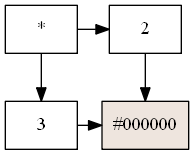
The Graphviz diagram Proyecto1/Matriz.png in Eduardo01004/EDD_2S2019_PY1_201612124, before a commit. Its source is kept beside it as Proyecto1/Matriz.dot.
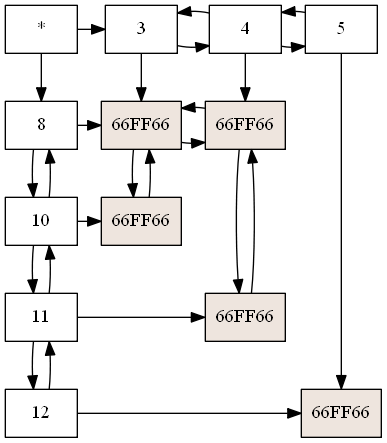
Above is the later version.

What changed in the source:
```diff
@@ -1,13 +1,46 @@
 digraph G{
 node [shape = box]
 raiz[label="*"  group=1];
-8460240 [label="3" group = 1];
-8460208 [label="2" group = 4];
-raiz -> 8460240;
-raiz -> 8460208;
-{ rank  = same; raiz 8460208; }
-8498176 [style=filled,fillcolor=seashell2,label= "#000000" group = 4 ];
-8460240->8498176;
-{ rank = same; 8460240; 8498176; }
-8460208->8498176;
+177488 [label="8" group = 1];
+177104 [label="10" group = 1];
+176912 [label="11" group = 1];
+177200 [label="12" group = 1];
+177488->177104;
+177104->177488;
+177104->176912;
+176912->177104;
+176912->177200;
+177200->176912;
+176976 [label="3" group = 5];
+177552 [label="4" group = 6];
+176848 [label="5" group = 7];
+176976->177552;
+177552->176976;
+177552->176848;
+176848->177552;
+raiz -> 177488;
+raiz -> 176976;
+{ rank  = same; raiz 176976; 177552; 176848; }
+178456 [style=filled,fillcolor=seashell2,label= "66FF66" group = 5 ];
+178848 [style=filled,fillcolor=seashell2,label= "66FF66" group = 5 ];
+178400 [style=filled,fillcolor=seashell2,label= "66FF66" group = 6 ];
+178624 [style=filled,fillcolor=seashell2,label= "66FF66" group = 6 ];
+178904 [style=filled,fillcolor=seashell2,label= "66FF66" group = 7 ];
+177488->178456;
+178456->178400;
+178400->178456;
+{ rank = same; 177488; 178456; 178400; }
+177104->178848;
+{ rank = same; 177104; 178848; }
+176912->178624;
+{ rank = same; 176912; 178624; }
+177200->178904;
+{ rank = same; 177200; 178904; }
+176976->178456;
+178456->178848;
+178848->178456;
+177552->178400;
+178400->178624;
+178624->178400;
+176848->178904;
 }
```
